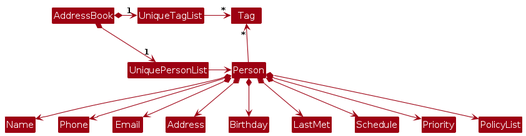
getsquared/tp keeps this PlantUML diagram as diagrams/BetterModelClassDiagram.png. Above is the earlier version. Its source is kept beside it as diagrams/BetterModelClassDiagram.puml. Its diagram source:
```plantuml
@startuml
!include style.puml
skinparam arrowThickness 1.1
skinparam arrowColor MODEL_COLOR
skinparam classBackgroundColor MODEL_COLOR

AddressBook *-right-> "1" UniquePersonList
AddressBook *-right-> "1" UniqueTagList
UniqueTagList -[hidden]down- UniquePersonList
UniqueTagList -[hidden]down- UniquePersonList

UniqueTagList -right-> "*" Tag
UniquePersonList -right-> Person

Person -up-> "*" Tag

Person *--> Name
Person *--> Phone
Person *--> Email
Person *--> Address
Person *--> Birthday
Person *--> LastMet
Person *--> Schedule
Person *--> Priority
Person *--> PolicyList
@enduml
```
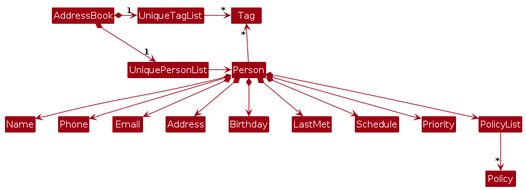
Later version of the same file.

Change to the diagram source:
```diff
@@ -23,4 +23,6 @@
 Person *--> Schedule
 Person *--> Priority
 Person *--> PolicyList
+
+PolicyList --> "*" Policy
 @enduml
```
